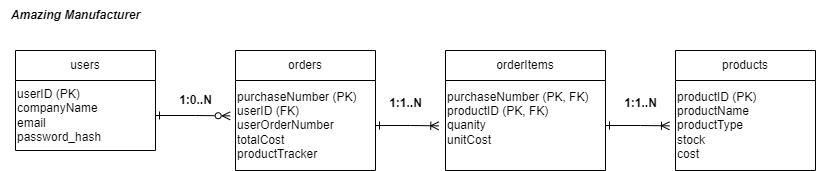
This is mainImages/greatManufacturers.drawio.png from ninaAortiz/venusAppliancesOpenOrdersProject, a draw.io export, as it was before one commit. Source tidied: cells renumbered, new cells last; positions are measured from the earlier drawing's top-left corner, leaving out a move shared by most shapes. Its diagram source:
```xml
<mxGraphModel>
  <root>
    <mxCell id="0" />
    <mxCell id="1" parent="0" />
    <mxCell id="2" value="users" style="swimlane;fontStyle=0;horizontal=1;startSize=30;whiteSpace=wrap;html=1;" parent="1" vertex="1">
      <mxGeometry x="15" y="50" width="140" height="100" as="geometry" />
    </mxCell>
    <mxCell id="3" value="userID (PK)&lt;div&gt;companyName&lt;/div&gt;&lt;div&gt;email&lt;/div&gt;&lt;div&gt;password_hash&lt;/div&gt;" style="text;html=1;align=left;verticalAlign=middle;points=[];strokeColor=none;fillColor=none;" parent="2" vertex="1">
      <mxGeometry y="30" width="140" height="70" as="geometry" />
    </mxCell>
    <mxCell id="4" value="orders" style="swimlane;fontStyle=0;horizontal=1;startSize=30;whiteSpace=wrap;html=1;" parent="1" vertex="1">
      <mxGeometry x="235" y="50" width="140" height="120" as="geometry" />
    </mxCell>
    <mxCell id="5" value="purchaseNumber (PK)&lt;div&gt;userID (FK)&lt;/div&gt;&lt;div&gt;userOrderNumber&lt;/div&gt;&lt;div&gt;totalCost&lt;/div&gt;&lt;div&gt;productTracker&lt;/div&gt;" style="text;html=1;align=left;verticalAlign=middle;points=[];strokeColor=none;fillColor=none;" parent="4" vertex="1">
      <mxGeometry y="30" width="140" height="90" as="geometry" />
    </mxCell>
    <mxCell id="6" value="orderItems" style="swimlane;fontStyle=0;horizontal=1;startSize=30;whiteSpace=wrap;html=1;" parent="1" vertex="1">
      <mxGeometry x="445" y="50" width="160" height="120" as="geometry" />
    </mxCell>
    <mxCell id="7" value="purchaseNumber (PK, FK)&lt;div&gt;productID (PK, FK)&lt;/div&gt;&lt;div&gt;quanity&lt;/div&gt;&lt;div&gt;unitCost&lt;/div&gt;&lt;div&gt;&lt;br&gt;&lt;/div&gt;" style="text;html=1;align=left;verticalAlign=middle;points=[];strokeColor=none;fillColor=none;" parent="6" vertex="1">
      <mxGeometry y="30" width="160" height="90" as="geometry" />
    </mxCell>
    <mxCell id="8" value="products" style="swimlane;fontStyle=0;horizontal=1;startSize=30;whiteSpace=wrap;html=1;" parent="1" vertex="1">
      <mxGeometry x="675" y="50" width="140" height="120" as="geometry" />
    </mxCell>
    <mxCell id="9" value="productID (PK)&lt;div&gt;productName&lt;/div&gt;&lt;div&gt;productType&lt;/div&gt;&lt;div&gt;stock&lt;/div&gt;&lt;div&gt;cost&lt;/div&gt;" style="text;html=1;align=left;verticalAlign=middle;points=[];strokeColor=none;fillColor=none;" parent="8" vertex="1">
      <mxGeometry y="30" width="140" height="90" as="geometry" />
    </mxCell>
    <mxCell id="10" style="edgeStyle=orthogonalEdgeStyle;rounded=0;jettySize=auto;html=1;entryX=-0.038;entryY=0.393;entryDx=0;entryDy=0;entryPerimeter=0;startArrow=ERone;startFill=0;endArrow=ERzeroToMany;endFill=0;" parent="1" edge="1" source="3" target="5">
      <mxGeometry relative="1" as="geometry" />
    </mxCell>
    <mxCell id="11" style="edgeStyle=orthogonalEdgeStyle;rounded=0;jettySize=auto;html=1;entryX=-0.043;entryY=0.504;entryDx=0;entryDy=0;entryPerimeter=0;startArrow=ERone;startFill=0;endArrow=ERoneToMany;endFill=0;" parent="1" edge="1" source="7" target="9">
      <mxGeometry relative="1" as="geometry" />
    </mxCell>
    <mxCell id="12" value="&lt;b&gt;1:0..N&lt;/b&gt;" style="text;html=1;align=center;verticalAlign=middle;strokeColor=none;fillColor=none;" parent="1" vertex="1">
      <mxGeometry x="165" y="85" width="60" height="30" as="geometry" />
    </mxCell>
    <mxCell id="13" style="edgeStyle=orthogonalEdgeStyle;rounded=0;jettySize=auto;html=1;entryX=-0.042;entryY=0.504;entryDx=0;entryDy=0;entryPerimeter=0;startArrow=ERone;startFill=0;endArrow=ERoneToMany;endFill=0;" parent="1" edge="1" source="5" target="7">
      <mxGeometry relative="1" as="geometry" />
    </mxCell>
    <mxCell id="14" value="&lt;b&gt;1:1..N&lt;/b&gt;" style="text;html=1;align=center;verticalAlign=middle;strokeColor=none;fillColor=none;" parent="1" vertex="1">
      <mxGeometry x="375" y="88" width="60" height="30" as="geometry" />
    </mxCell>
    <mxCell id="15" value="&lt;b&gt;1:1..N&lt;/b&gt;" style="text;html=1;align=center;verticalAlign=middle;strokeColor=none;fillColor=none;" parent="1" vertex="1">
      <mxGeometry x="610" y="88" width="60" height="30" as="geometry" />
    </mxCell>
    <mxCell id="16" value="&lt;b&gt;&lt;i&gt;Amazing Manufacturer&lt;/i&gt;&lt;/b&gt;" style="text;html=1;align=center;verticalAlign=middle;strokeColor=none;fillColor=none;" parent="1" vertex="1">
      <mxGeometry width="150" height="30" as="geometry" />
    </mxCell>
  </root>
</mxGraphModel>
```
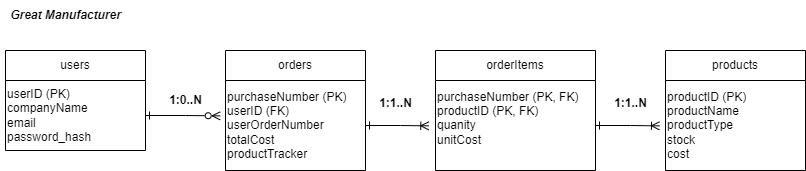
After the commit.

Change to the diagram source:
```diff
@@ -44,8 +44,8 @@
     <mxCell id="15" value="&lt;b&gt;1:1..N&lt;/b&gt;" style="text;html=1;align=center;verticalAlign=middle;strokeColor=none;fillColor=none;" parent="1" vertex="1">
       <mxGeometry x="610" y="88" width="60" height="30" as="geometry" />
     </mxCell>
-    <mxCell id="16" value="&lt;b&gt;&lt;i&gt;Amazing Manufacturer&lt;/i&gt;&lt;/b&gt;" style="text;html=1;align=center;verticalAlign=middle;strokeColor=none;fillColor=none;" parent="1" vertex="1">
-      <mxGeometry width="150" height="30" as="geometry" />
+    <mxCell id="16" value="&lt;b&gt;&lt;i&gt;Great Manufacturer&lt;/i&gt;&lt;/b&gt;" style="text;html=1;align=center;verticalAlign=middle;strokeColor=none;fillColor=none;" parent="1" vertex="1">
+      <mxGeometry x="10" width="130" height="30" as="geometry" />
     </mxCell>
   </root>
 </mxGraphModel>
```
